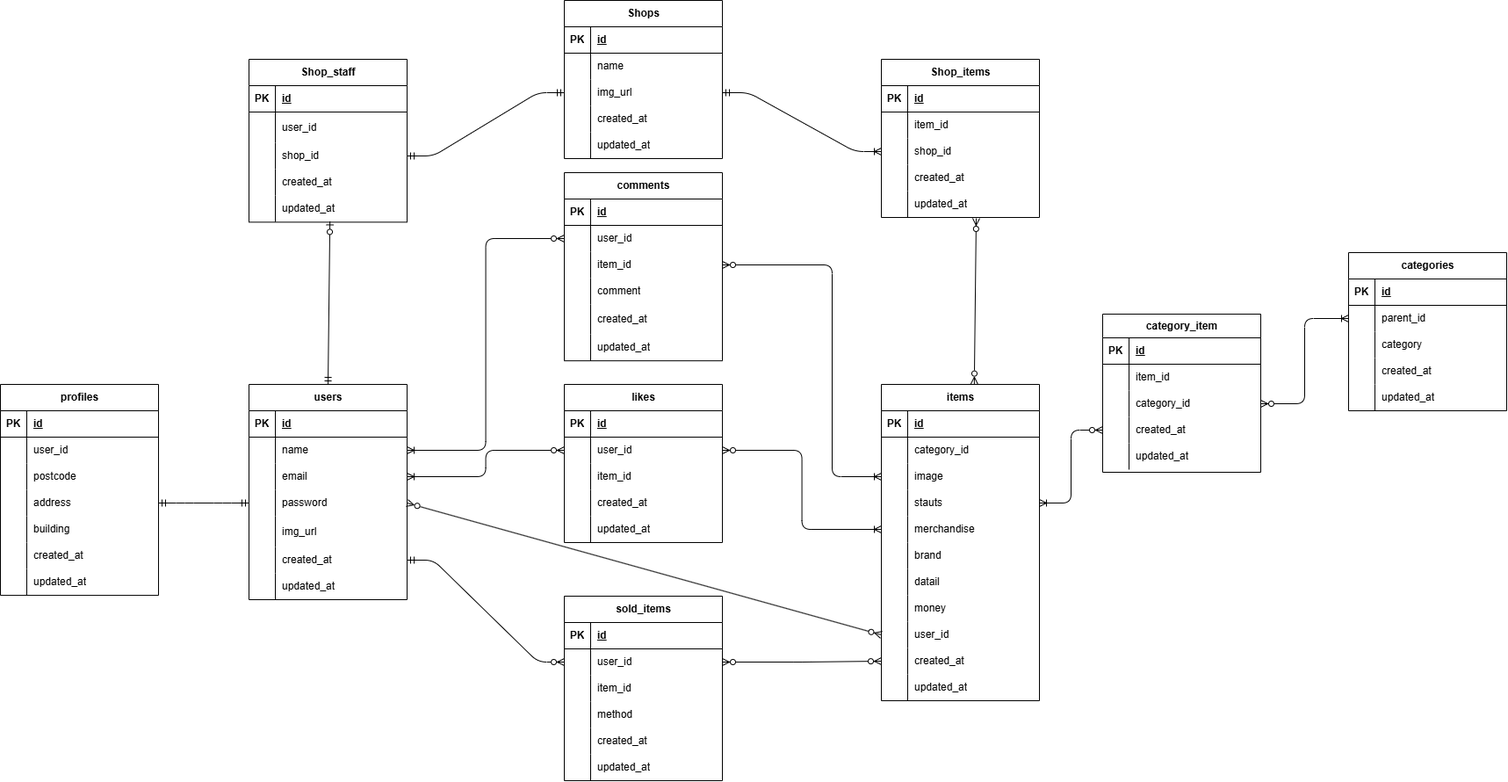
The draw.io diagram ER.drawio.png in taiga0925/Fleamarket, before a commit. Source tidied: cells renumbered, new cells last; positions are measured from the earlier drawing's top-left corner, leaving out a move shared by most shapes.
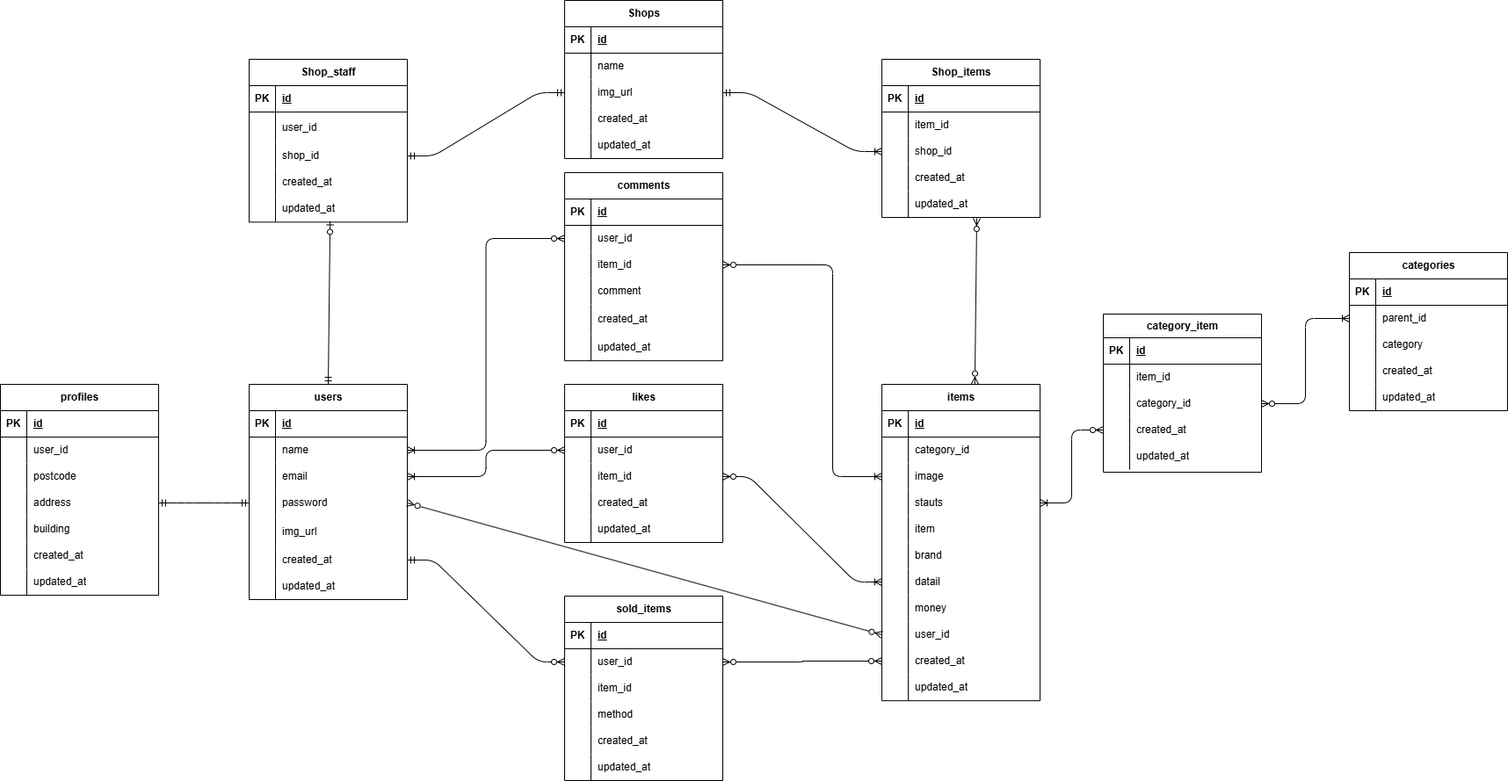
After the commit.

The edit, as a diff of the source:
```diff
@@ -231,7 +231,7 @@
       <mxGeometry x="30" width="150" height="30" as="geometry" />
     </mxCell>
     <mxCell id="78" value="&lt;span style=&quot;color: rgb(0, 0, 0); text-align: left; text-wrap-mode: wrap;&quot;&gt;items&lt;/span&gt;" style="shape=table;startSize=30;rowLines=0;fontStyle=1;align=center;html=1;" parent="1" vertex="1">
-      <mxGeometry x="1003" y="437" width="180" height="360" as="geometry" />
+      <mxGeometry x="1003" y="437" width="180" height="360.1" as="geometry" />
     </mxCell>
     <mxCell id="79" style="shape=tableRow;horizontal=0;startSize=0;swimlaneHead=0;swimlaneBody=0;fillColor=none;top=0;left=0;right=0;bottom=1;" parent="78" vertex="1">
       <mxGeometry y="30" width="180" height="30" as="geometry" />
@@ -275,9 +275,9 @@
     <mxCell id="92" style="shape=partialRectangle;fillColor=none;top=0;left=0;bottom=0;right=0;overflow=hidden;whiteSpace=wrap;html=1;" parent="91" vertex="1">
       <mxGeometry width="30" height="30" as="geometry" />
     </mxCell>
-    <mxCell id="93" value="merchandise" style="shape=partialRectangle;fillColor=none;top=0;left=0;bottom=0;right=0;align=left;spacingLeft=6;overflow=hidden;whiteSpace=wrap;html=1;" parent="91" vertex="1">
-      <mxGeometry x="30" width="150" height="30" as="geometry" />
-    </mxCell>
+    <mxCell id="228" value="item" style="shape=partialRectangle;fillColor=none;top=0;left=0;bottom=0;right=0;align=left;spacingLeft=6;overflow=hidden;whiteSpace=wrap;html=1;" parent="91" vertex="1">
+      <mxGeometry x="30" width="150" height="30" as="geometry" />
+    </mxCell>
     <mxCell id="94" style="shape=tableRow;horizontal=0;startSize=0;swimlaneHead=0;swimlaneBody=0;fillColor=none;top=0;left=0;right=0;bottom=0;" parent="78" vertex="1">
       <mxGeometry y="180" width="180" height="30" as="geometry" />
     </mxCell>
@@ -443,7 +443,7 @@
     <mxCell id="148" value="updated_at" style="shape=partialRectangle;fillColor=none;top=0;left=0;bottom=0;right=0;align=left;spacingLeft=6;overflow=hidden;whiteSpace=wrap;html=1;" parent="146" vertex="1">
       <mxGeometry x="30" width="150" height="30" as="geometry" />
     </mxCell>
-    <mxCell id="149" style="fontSize=12;html=1;endArrow=ERzeroToMany;startArrow=ERoneToMany;exitX=0;exitY=0.5;exitDx=0;exitDy=0;entryX=1;entryY=0.5;entryDx=0;entryDy=0;startFill=0;endFill=0;edgeStyle=orthogonalEdgeStyle;" parent="1" edge="1" source="91" target="116">
+    <mxCell id="149" style="fontSize=12;html=1;endArrow=ERzeroToMany;startArrow=ERoneToMany;exitX=0;exitY=0.5;exitDx=0;exitDy=0;entryX=1;entryY=0.5;entryDx=0;entryDy=0;startFill=0;endFill=0;edgeStyle=orthogonalEdgeStyle;" parent="1" edge="1" source="x" target="116">
       <mxGeometry relative="1" as="geometry" />
     </mxCell>
     <mxCell id="150" style="edgeStyle=entityRelationEdgeStyle;fontSize=12;html=1;endArrow=ERzeroToMany;startArrow=ERmandOne;exitX=1;exitY=0.5;exitDx=0;exitDy=0;entryX=0;entryY=0.5;entryDx=0;entryDy=0;" parent="1" edge="1" source="18" target="134">
@@ -685,5 +685,8 @@
     <mxCell id="227" style="fontSize=12;html=1;endArrow=ERzeroToMany;startArrow=ERzeroToMany;entryX=0.6;entryY=1.033;entryDx=0;entryDy=0;entryPerimeter=0;exitX=0.588;exitY=-0.001;exitDx=0;exitDy=0;startFill=0;exitPerimeter=0;" parent="1" edge="1" source="78" target="221">
       <mxGeometry relative="1" as="geometry" />
     </mxCell>
+    <mxCell id="229" style="edgeStyle=entityRelationEdgeStyle;fontSize=12;html=1;endArrow=ERzeroToMany;startArrow=ERoneToMany;entryX=1;entryY=0.5;entryDx=0;entryDy=0;startFill=0;exitX=0;exitY=0.5;exitDx=0;exitDy=0;" parent="1" edge="1" source="97" target="119">
+      <mxGeometry relative="1" as="geometry" />
+    </mxCell>
   </root>
 </mxGraphModel>
```
